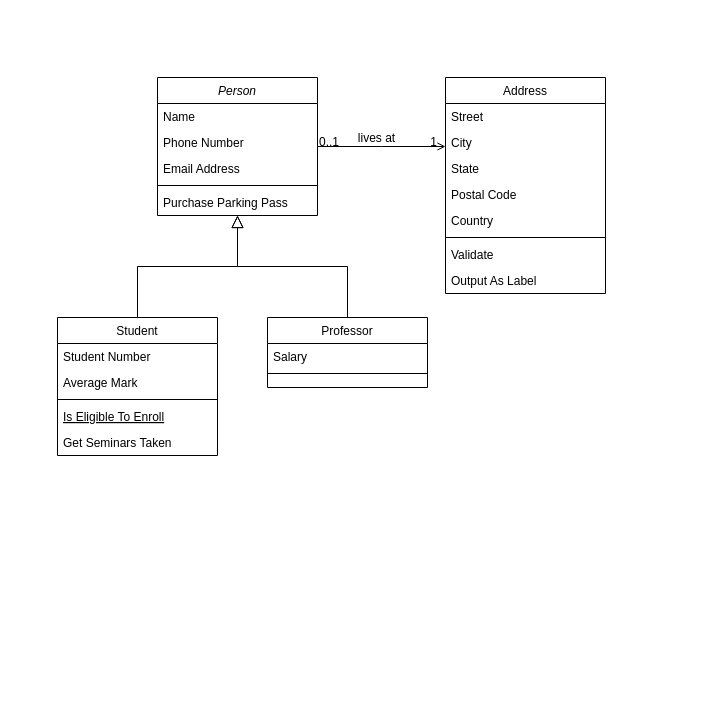
Before: 순서도.drawio in PCU-CED-Team-R/Planning, a draw.io diagram. Source tidied: cells renumbered, new cells numbered last; positions are measured from the earlier drawing's top-left corner, leaving out a move shared by most shapes. Both pictures are drawn from the tidied source at 100%, with x=0, y=0 at pixel (57, 77).
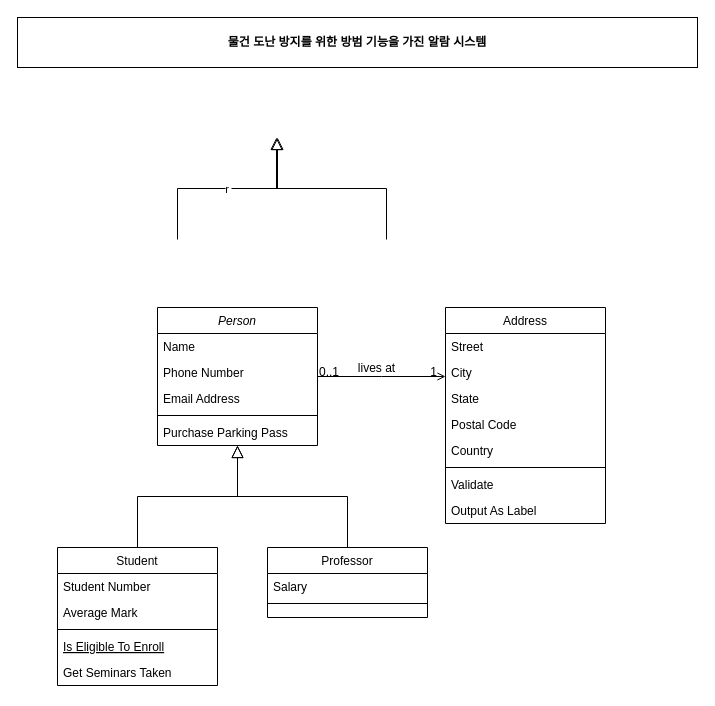
After the change.

Diff of the diagram source:
```diff
@@
+    <mxCell id="32" value="&lt;b&gt;물건 도난 방지를 위한 방범 기능을 가진 알람 시스템&lt;/b&gt;" style="rounded=0;whiteSpace=wrap;html=1;align=center;" parent="1" vertex="1">
+      <mxGeometry x="-40" y="-60" width="680" height="50" as="geometry" />
+    </mxCell>
+    <mxCell id="33" style="group;" parent="1" vertex="1">
+      <mxGeometry y="230" width="548" height="378" as="geometry" />
+    </mxCell>
-    <mxCell id="2" value="Person" style="swimlane;fontStyle=2;align=center;verticalAlign=top;horizontal=1;startSize=26;rounded=0;shadow=0;strokeWidth=1;" parent="1" vertex="1">
+    <mxCell id="2" value="Person" style="swimlane;fontStyle=2;align=center;verticalAlign=top;horizontal=1;startSize=26;rounded=0;shadow=0;strokeWidth=1;" parent="33" vertex="1">
       <mxGeometry x="100" width="160" height="138" as="geometry" />
     </mxCell>
@@
-    <mxCell id="8" value="Student" style="swimlane;fontStyle=0;align=center;verticalAlign=top;horizontal=1;startSize=26;rounded=0;shadow=0;strokeWidth=1;" parent="1" vertex="1">
+    <mxCell id="8" value="Student" style="swimlane;fontStyle=0;align=center;verticalAlign=top;horizontal=1;startSize=26;rounded=0;shadow=0;strokeWidth=1;" parent="33" vertex="1">
       <mxGeometry y="240" width="160" height="138" as="geometry" />
     </mxCell>
@@
-    <mxCell id="14" style="endArrow=block;endSize=10;endFill=0;shadow=0;strokeWidth=1;rounded=0;edgeStyle=elbowEdgeStyle;elbow=vertical;" parent="1" edge="1" source="8" target="2">
-      <mxGeometry relative="1" as="geometry" />
+    <mxCell id="14" style="endArrow=block;endSize=10;endFill=0;shadow=0;strokeWidth=1;rounded=0;edgeStyle=elbowEdgeStyle;elbow=vertical;" parent="33" edge="1" source="8" target="2">
+      <mxGeometry as="geometry" />
     </mxCell>
-    <mxCell id="15" value="Professor" style="swimlane;fontStyle=0;align=center;verticalAlign=top;horizontal=1;startSize=26;rounded=0;shadow=0;strokeWidth=1;" parent="1" vertex="1">
+    <mxCell id="15" value="Professor" style="swimlane;fontStyle=0;align=center;verticalAlign=top;horizontal=1;startSize=26;rounded=0;shadow=0;strokeWidth=1;" parent="33" vertex="1">
       <mxGeometry x="210" y="240" width="160" height="70" as="geometry" />
     </mxCell>
@@
-    <mxCell id="18" style="endArrow=block;endSize=10;endFill=0;shadow=0;strokeWidth=1;rounded=0;edgeStyle=elbowEdgeStyle;elbow=vertical;" parent="1" edge="1" source="15" target="2">
-      <mxGeometry relative="1" as="geometry" />
+    <mxCell id="18" style="endArrow=block;endSize=10;endFill=0;shadow=0;strokeWidth=1;rounded=0;edgeStyle=elbowEdgeStyle;elbow=vertical;" parent="33" edge="1" source="15" target="2">
+      <mxGeometry as="geometry" />
     </mxCell>
-    <mxCell id="19" value="Address" style="swimlane;fontStyle=0;align=center;verticalAlign=top;horizontal=1;startSize=26;rounded=0;shadow=0;strokeWidth=1;" parent="1" vertex="1">
+    <mxCell id="19" value="Address" style="swimlane;fontStyle=0;align=center;verticalAlign=top;horizontal=1;startSize=26;rounded=0;shadow=0;strokeWidth=1;" parent="33" vertex="1">
       <mxGeometry x="388" width="160" height="216" as="geometry" />
     </mxCell>
@@
-    <mxCell id="28" style="endArrow=open;shadow=0;strokeWidth=1;rounded=0;endFill=1;edgeStyle=elbowEdgeStyle;elbow=vertical;" parent="1" edge="1" source="2" target="19">
-      <mxGeometry x="0.5" y="41" relative="1" as="geometry">
+    <mxCell id="28" style="endArrow=open;shadow=0;strokeWidth=1;rounded=0;endFill=1;edgeStyle=elbowEdgeStyle;elbow=vertical;" parent="33" edge="1" source="2" target="19">
+      <mxGeometry as="geometry">
         <mxPoint x="-40" y="32" as="offset" />
       </mxGeometry>
     </mxCell>
@@
+    <mxCell id="34" value="r" style="endArrow=block;endSize=10;endFill=0;shadow=0;strokeWidth=1;rounded=0;edgeStyle=elbowEdgeStyle;elbow=vertical;" parent="1" edge="1">
+      <mxGeometry x="40" y="-308" as="geometry">
+        <mxPoint x="120" y="162" as="sourcePoint" />
+        <mxPoint x="220" y="60" as="targetPoint" />
+      </mxGeometry>
+    </mxCell>
+    <mxCell id="35" style="endArrow=block;endSize=10;endFill=0;shadow=0;strokeWidth=1;rounded=0;edgeStyle=elbowEdgeStyle;elbow=vertical;" parent="1" edge="1">
+      <mxGeometry x="39" y="-308" as="geometry">
+        <mxPoint x="329" y="162" as="sourcePoint" />
+        <mxPoint x="219" y="60" as="targetPoint" />
+      </mxGeometry>
+    </mxCell>
```
